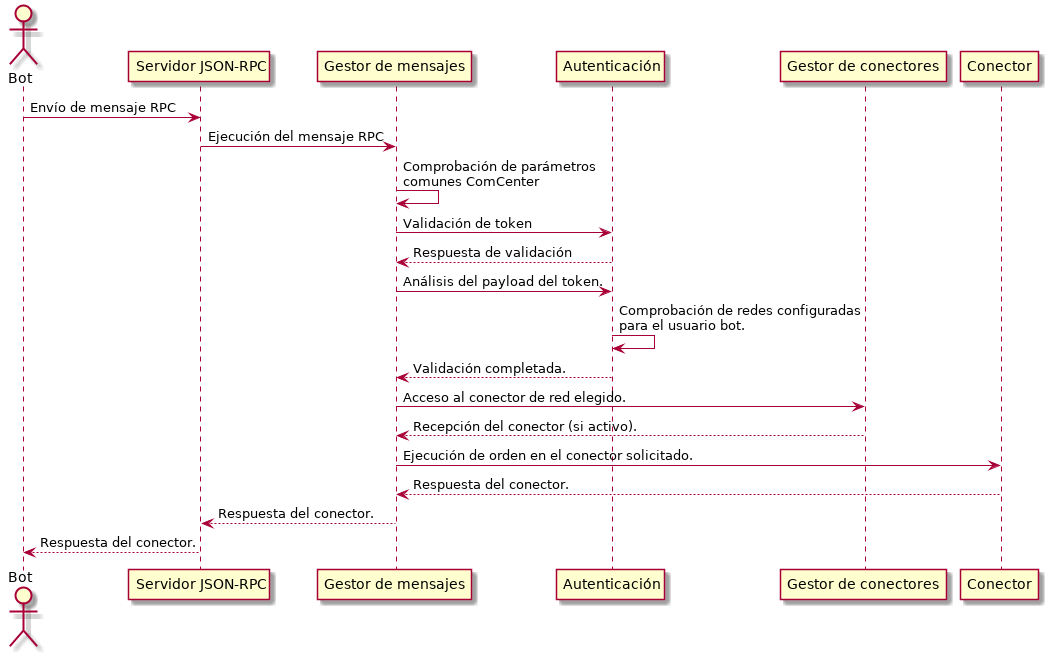
The PlantUML diagram Redaction/Template TFM/recursos/sequence.png in BFMBFramework/Docs, before a commit.
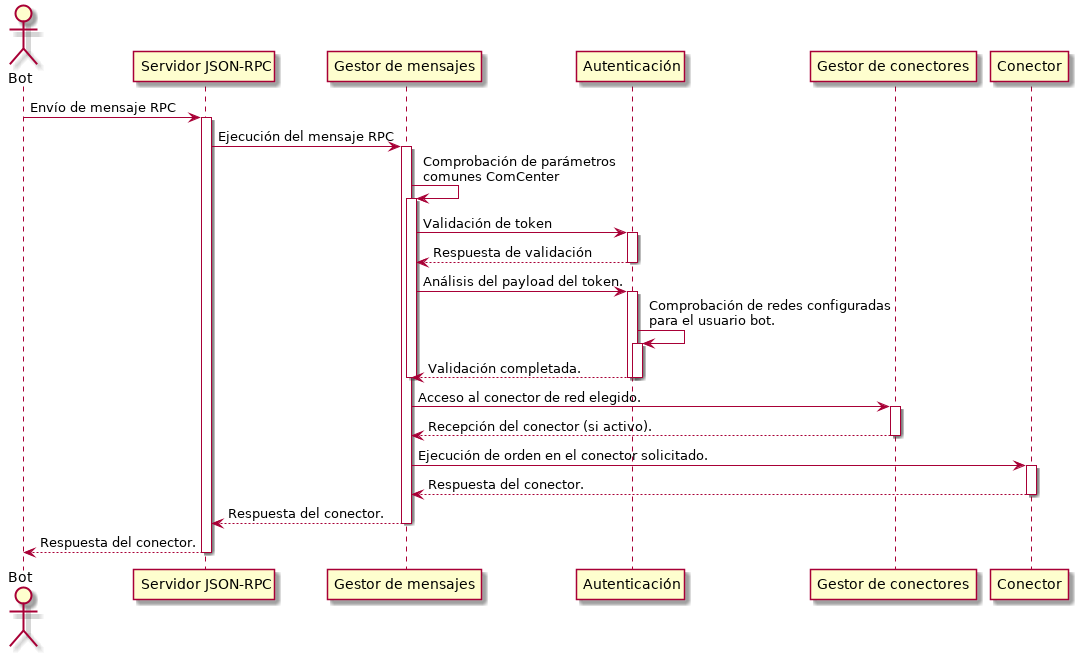
The same file after the commit.

Diff of the diagram source:
```diff
@@ -6,17 +6,33 @@
 participant "Gestor de conectores" as GConn
 participant "Conector" as Conn
 Bot -> RPC: Envío de mensaje RPC
+activate RPC
 RPC -> GMes: Ejecución del mensaje RPC
+activate GMes
 GMes -> GMes: Comprobación de parámetros\ncomunes ComCenter
+activate GMes
 GMes -> Auth: Validación de token
+activate Auth
 GMes <-- Auth: Respuesta de validación
+deactivate Auth
 GMes -> Auth: Análisis del payload del token.
+activate Auth
 Auth -> Auth: Comprobación de redes configuradas\npara el usuario bot.
+activate Auth
 GMes <-- Auth: Validación completada.
+deactivate Auth
+deactivate Auth
+deactivate GMes
 GMes -> GConn: Acceso al conector de red elegido.
+activate GConn
 GMes <-- GConn: Recepción del conector (si activo).
+deactivate GConn
 GMes -> Conn: Ejecución de orden en el conector solicitado.
+activate Conn
 GMes <-- Conn: Respuesta del conector.
+deactivate Conn
 RPC <-- GMes: Respuesta del conector.
+deactivate GMes
 Bot <-- RPC: Respuesta del conector.
+deactivate RPC
 @enduml
```
